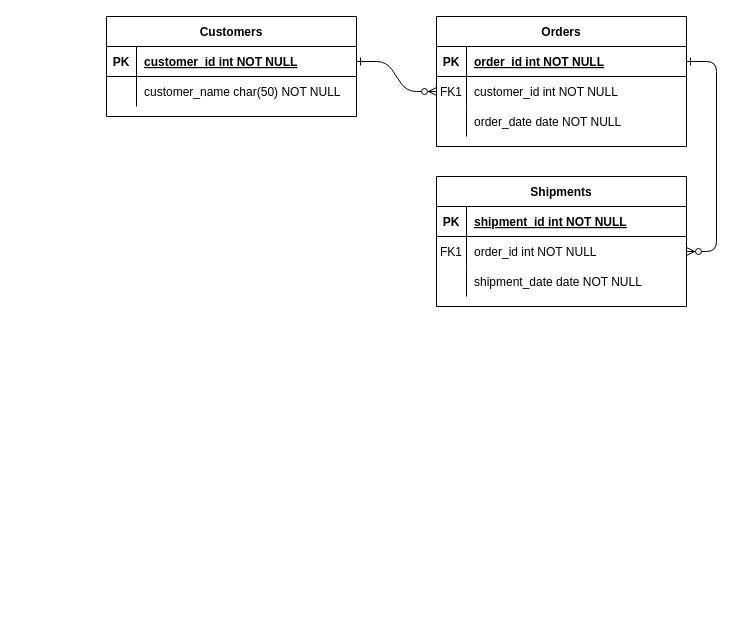
The draw.io diagram Dziekanat.drawio in fkjaha/RBD_lab_tasks, before the edit. Source tidied: cells renumbered, new cells numbered last; positions are measured from the earlier drawing's top-left corner, leaving out a move shared by most shapes. Both pictures are drawn from the tidied source at 100%, with x=0, y=0 at pixel (106, 16).
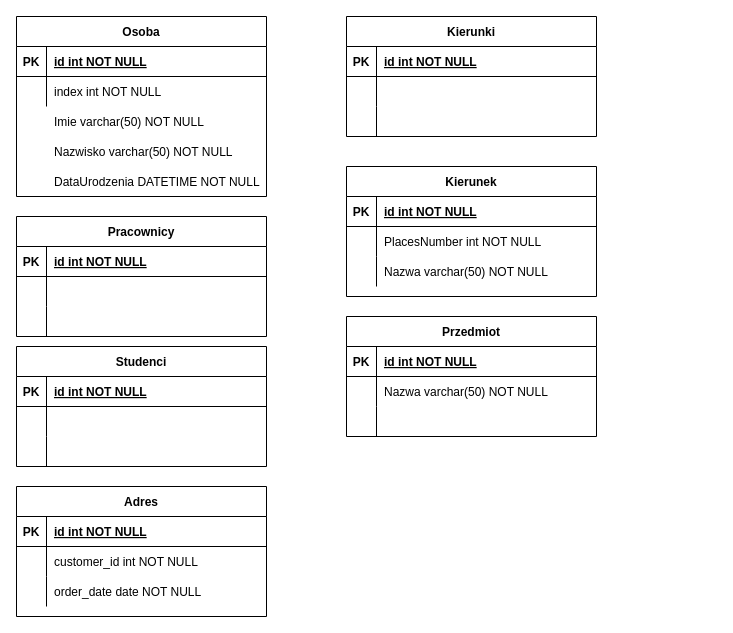
The same page after the edit.

The change refers to these unchanged cells:
```xml
<mxCell id="5" style="shape=partialRectangle;fillColor=none;points=[[0,0.5],[1,0.5]];portConstraint=eastwest;top=0;left=0;right=0;bottom=1;" parent="4" vertex="1">
  <mxGeometry y="30" width="250" height="30" as="geometry" />
</mxCell>
<mxCell id="8" style="shape=partialRectangle;fillColor=none;points=[[0,0.5],[1,0.5]];portConstraint=eastwest;top=0;left=0;right=0;bottom=0;" parent="4" vertex="1">
  <mxGeometry y="60" width="250" height="30" as="geometry" />
</mxCell>
<mxCell id="25" style="shape=partialRectangle;fillColor=none;points=[[0,0.5],[1,0.5]];portConstraint=eastwest;top=0;left=0;right=0;bottom=1;" parent="24" vertex="1">
  <mxGeometry y="30" width="250" height="30" as="geometry" />
</mxCell>
<mxCell id="28" style="shape=partialRectangle;fillColor=none;top=0;left=0;right=0;bottom=0;" parent="24" vertex="1">
  <mxGeometry y="60" width="250" height="30" as="geometry" />
</mxCell>
```

What changed in the source:
```diff
@@
-    <mxCell id="2" style="edgeStyle=entityRelationEdgeStyle;endArrow=ERzeroToMany;startArrow=ERone;endFill=1;startFill=0;" parent="1" edge="1" source="25" target="8">
-      <mxGeometry relative="1" as="geometry" />
-    </mxCell>
-    <mxCell id="3" style="edgeStyle=entityRelationEdgeStyle;endArrow=ERzeroToMany;startArrow=ERone;endFill=1;startFill=0;" parent="1" edge="1" source="5" target="18">
-      <mxGeometry relative="1" as="geometry" />
-    </mxCell>
-    <mxCell id="4" value="Orders" style="shape=table;startSize=30;childLayout=tableLayout;rowLines=0;fontStyle=1;align=center;" parent="1" vertex="1">
-      <mxGeometry x="330" width="250" height="130" as="geometry" />
+    <mxCell id="4" value="Adres" style="shape=table;startSize=30;childLayout=tableLayout;rowLines=0;fontStyle=1;align=center;" parent="1" vertex="1">
+      <mxGeometry x="-90" y="470" width="250" height="130" as="geometry" />
     </mxCell>
@@
-    <mxCell id="7" value="order_id int NOT NULL " style="shape=partialRectangle;overflow=hidden;fillColor=none;top=0;left=0;bottom=0;right=0;align=left;spacingLeft=6;fontStyle=5;" parent="5" vertex="1">
+    <mxCell id="7" value="id int NOT NULL " style="shape=partialRectangle;overflow=hidden;fillColor=none;top=0;left=0;bottom=0;right=0;align=left;spacingLeft=6;fontStyle=5;" parent="5" vertex="1">
       <mxGeometry x="30" width="220" height="30" as="geometry" />
     </mxCell>
@@
-    <mxCell id="9" value="FK1" style="shape=partialRectangle;overflow=hidden;fillColor=none;top=0;left=0;bottom=0;right=0;" parent="8" vertex="1">
+    <mxCell id="9" style="shape=partialRectangle;overflow=hidden;fillColor=none;top=0;left=0;bottom=0;right=0;" parent="8" vertex="1">
       <mxGeometry width="30" height="30" as="geometry" />
     </mxCell>
@@
-    <mxCell id="14" value="Shipments" style="shape=table;startSize=30;childLayout=tableLayout;rowLines=0;fontStyle=1;align=center;" parent="1" vertex="1">
-      <mxGeometry x="330" y="160" width="250" height="130" as="geometry" />
-    </mxCell>
-    <mxCell id="15" style="shape=partialRectangle;fillColor=none;top=0;left=0;right=0;bottom=1;" parent="14" vertex="1">
-      <mxGeometry y="30" width="250" height="30" as="geometry" />
-    </mxCell>
-    <mxCell id="16" value="PK" style="shape=partialRectangle;overflow=hidden;fillColor=none;top=0;left=0;bottom=0;right=0;fontStyle=1;" parent="15" vertex="1">
-      <mxGeometry width="30" height="30" as="geometry" />
-    </mxCell>
-    <mxCell id="17" value="shipment_id int NOT NULL " style="shape=partialRectangle;overflow=hidden;fillColor=none;top=0;left=0;bottom=0;right=0;align=left;spacingLeft=6;fontStyle=5;" parent="15" vertex="1">
-      <mxGeometry x="30" width="220" height="30" as="geometry" />
-    </mxCell>
-    <mxCell id="18" style="shape=partialRectangle;fillColor=none;points=[[0,0.5],[1,0.5]];portConstraint=eastwest;top=0;left=0;right=0;bottom=0;" parent="14" vertex="1">
-      <mxGeometry y="60" width="250" height="30" as="geometry" />
-    </mxCell>
-    <mxCell id="19" value="FK1" style="shape=partialRectangle;overflow=hidden;fillColor=none;top=0;left=0;bottom=0;right=0;" parent="18" vertex="1">
-      <mxGeometry width="30" height="30" as="geometry" />
-    </mxCell>
-    <mxCell id="20" value="order_id int NOT NULL" style="shape=partialRectangle;overflow=hidden;fillColor=none;top=0;left=0;bottom=0;right=0;align=left;spacingLeft=6;" parent="18" vertex="1">
-      <mxGeometry x="30" width="220" height="30" as="geometry" />
-    </mxCell>
-    <mxCell id="21" style="shape=partialRectangle;fillColor=none;top=0;left=0;right=0;bottom=0;" parent="14" vertex="1">
-      <mxGeometry y="90" width="250" height="30" as="geometry" />
-    </mxCell>
-    <mxCell id="22" style="shape=partialRectangle;overflow=hidden;fillColor=none;top=0;left=0;bottom=0;right=0;" parent="21" vertex="1">
-      <mxGeometry width="30" height="30" as="geometry" />
-    </mxCell>
-    <mxCell id="23" value="shipment_date date NOT NULL" style="shape=partialRectangle;overflow=hidden;fillColor=none;top=0;left=0;bottom=0;right=0;align=left;spacingLeft=6;" parent="21" vertex="1">
-      <mxGeometry x="30" width="220" height="30" as="geometry" />
-    </mxCell>
-    <mxCell id="24" value="Customers" style="shape=table;startSize=30;childLayout=tableLayout;rowLines=0;fontStyle=1;align=center;" parent="1" vertex="1">
-      <mxGeometry width="250" height="100" as="geometry" />
+    <mxCell id="24" value="Osoba" style="shape=table;startSize=30;childLayout=tableLayout;rowLines=0;fontStyle=1;align=center;" parent="1" vertex="1">
+      <mxGeometry x="-90" width="250" height="180" as="geometry" />
     </mxCell>
@@
-    <mxCell id="27" value="customer_id int NOT NULL " style="shape=partialRectangle;overflow=hidden;fillColor=none;top=0;left=0;bottom=0;right=0;align=left;spacingLeft=6;fontStyle=5;" parent="25" vertex="1">
+    <mxCell id="27" value="id int NOT NULL " style="shape=partialRectangle;overflow=hidden;fillColor=none;top=0;left=0;bottom=0;right=0;align=left;spacingLeft=6;fontStyle=5;" parent="25" vertex="1">
       <mxGeometry x="30" width="220" height="30" as="geometry" />
     </mxCell>
@@
-    <mxCell id="30" value="customer_name char(50) NOT NULL" style="shape=partialRectangle;overflow=hidden;fillColor=none;top=0;left=0;bottom=0;right=0;align=left;spacingLeft=6;" parent="28" vertex="1">
+    <mxCell id="30" value="index int NOT NULL" style="shape=partialRectangle;overflow=hidden;fillColor=none;top=0;left=0;bottom=0;right=0;align=left;spacingLeft=6;" parent="28" vertex="1">
       <mxGeometry x="30" width="220" height="30" as="geometry" />
     </mxCell>
+    <mxCell id="31" value="Imie varchar(50) NOT NULL" style="shape=partialRectangle;overflow=hidden;fillColor=none;top=0;left=0;bottom=0;right=0;align=left;spacingLeft=6;" parent="1" vertex="1">
+      <mxGeometry x="-60" y="90" width="220" height="30" as="geometry" />
+    </mxCell>
+    <mxCell id="32" value="Nazwisko varchar(50) NOT NULL" style="shape=partialRectangle;overflow=hidden;fillColor=none;top=0;left=0;bottom=0;right=0;align=left;spacingLeft=6;" parent="1" vertex="1">
+      <mxGeometry x="-60" y="120" width="220" height="30" as="geometry" />
+    </mxCell>
+    <mxCell id="33" value="DataUrodzenia DATETIME NOT NULL" style="shape=partialRectangle;overflow=hidden;fillColor=none;top=0;left=0;bottom=0;right=0;align=left;spacingLeft=6;" parent="1" vertex="1">
+      <mxGeometry x="-60" y="150" width="220" height="30" as="geometry" />
+    </mxCell>
+    <mxCell id="34" value="Pracownicy" style="shape=table;startSize=30;childLayout=tableLayout;rowLines=0;fontStyle=1;align=center;" parent="1" vertex="1">
+      <mxGeometry x="-90" y="200" width="250" height="120" as="geometry" />
+    </mxCell>
+    <mxCell id="35" style="shape=partialRectangle;fillColor=none;top=0;left=0;right=0;bottom=1;" parent="34" vertex="1">
+      <mxGeometry y="30" width="250" height="30" as="geometry" />
+    </mxCell>
+    <mxCell id="36" value="PK" style="shape=partialRectangle;overflow=hidden;fillColor=none;top=0;left=0;bottom=0;right=0;fontStyle=1;" parent="35" vertex="1">
+      <mxGeometry width="30" height="30" as="geometry" />
+    </mxCell>
+    <mxCell id="37" value="id int NOT NULL " style="shape=partialRectangle;overflow=hidden;fillColor=none;top=0;left=0;bottom=0;right=0;align=left;spacingLeft=6;fontStyle=5;" parent="35" vertex="1">
+      <mxGeometry x="30" width="220" height="30" as="geometry" />
+    </mxCell>
+    <mxCell id="38" style="shape=partialRectangle;fillColor=none;top=0;left=0;right=0;bottom=0;" parent="34" vertex="1">
+      <mxGeometry y="60" width="250" height="30" as="geometry" />
+    </mxCell>
+    <mxCell id="39" style="shape=partialRectangle;overflow=hidden;fillColor=none;top=0;left=0;bottom=0;right=0;" parent="38" vertex="1">
+      <mxGeometry width="30" height="30" as="geometry" />
+    </mxCell>
+    <mxCell id="40" style="shape=partialRectangle;overflow=hidden;fillColor=none;top=0;left=0;bottom=0;right=0;align=left;spacingLeft=6;" parent="38" vertex="1">
+      <mxGeometry x="30" width="220" height="30" as="geometry" />
+    </mxCell>
+    <mxCell id="41" style="shape=partialRectangle;fillColor=none;top=0;left=0;right=0;bottom=0;" parent="34" vertex="1">
+      <mxGeometry y="90" width="250" height="30" as="geometry" />
+    </mxCell>
+    <mxCell id="42" style="shape=partialRectangle;overflow=hidden;fillColor=none;top=0;left=0;bottom=0;right=0;" parent="41" vertex="1">
+      <mxGeometry width="30" height="30" as="geometry" />
+    </mxCell>
+    <mxCell id="43" style="shape=partialRectangle;overflow=hidden;fillColor=none;top=0;left=0;bottom=0;right=0;align=left;spacingLeft=6;" parent="41" vertex="1">
+      <mxGeometry x="30" width="220" height="30" as="geometry" />
+    </mxCell>
+    <mxCell id="44" value="Studenci" style="shape=table;startSize=30;childLayout=tableLayout;rowLines=0;fontStyle=1;align=center;" parent="1" vertex="1">
+      <mxGeometry x="-90" y="330" width="250" height="120" as="geometry" />
+    </mxCell>
+    <mxCell id="45" style="shape=partialRectangle;fillColor=none;top=0;left=0;right=0;bottom=1;" parent="44" vertex="1">
+      <mxGeometry y="30" width="250" height="30" as="geometry" />
+    </mxCell>
+    <mxCell id="46" value="PK" style="shape=partialRectangle;overflow=hidden;fillColor=none;top=0;left=0;bottom=0;right=0;fontStyle=1;" parent="45" vertex="1">
+      <mxGeometry width="30" height="30" as="geometry" />
+    </mxCell>
+    <mxCell id="47" value="id int NOT NULL " style="shape=partialRectangle;overflow=hidden;fillColor=none;top=0;left=0;bottom=0;right=0;align=left;spacingLeft=6;fontStyle=5;" parent="45" vertex="1">
+      <mxGeometry x="30" width="220" height="30" as="geometry" />
+    </mxCell>
+    <mxCell id="48" style="shape=partialRectangle;fillColor=none;top=0;left=0;right=0;bottom=0;" parent="44" vertex="1">
+      <mxGeometry y="60" width="250" height="30" as="geometry" />
+    </mxCell>
+    <mxCell id="49" style="shape=partialRectangle;overflow=hidden;fillColor=none;top=0;left=0;bottom=0;right=0;" parent="48" vertex="1">
+      <mxGeometry width="30" height="30" as="geometry" />
+    </mxCell>
+    <mxCell id="50" style="shape=partialRectangle;overflow=hidden;fillColor=none;top=0;left=0;bottom=0;right=0;align=left;spacingLeft=6;" parent="48" vertex="1">
+      <mxGeometry x="30" width="220" height="30" as="geometry" />
+    </mxCell>
+    <mxCell id="51" style="shape=partialRectangle;fillColor=none;top=0;left=0;right=0;bottom=0;" parent="44" vertex="1">
+      <mxGeometry y="90" width="250" height="30" as="geometry" />
+    </mxCell>
+    <mxCell id="52" style="shape=partialRectangle;overflow=hidden;fillColor=none;top=0;left=0;bottom=0;right=0;" parent="51" vertex="1">
+      <mxGeometry width="30" height="30" as="geometry" />
+    </mxCell>
+    <mxCell id="53" style="shape=partialRectangle;overflow=hidden;fillColor=none;top=0;left=0;bottom=0;right=0;align=left;spacingLeft=6;" parent="51" vertex="1">
+      <mxGeometry x="30" width="220" height="30" as="geometry" />
+    </mxCell>
+    <mxCell id="54" value="Kierunki" style="shape=table;startSize=30;childLayout=tableLayout;rowLines=0;fontStyle=1;align=center;" parent="1" vertex="1">
+      <mxGeometry x="240" width="250" height="120" as="geometry" />
+    </mxCell>
+    <mxCell id="55" style="shape=partialRectangle;fillColor=none;top=0;left=0;right=0;bottom=1;" parent="54" vertex="1">
+      <mxGeometry y="30" width="250" height="30" as="geometry" />
+    </mxCell>
+    <mxCell id="56" value="PK" style="shape=partialRectangle;overflow=hidden;fillColor=none;top=0;left=0;bottom=0;right=0;fontStyle=1;" parent="55" vertex="1">
+      <mxGeometry width="30" height="30" as="geometry" />
+    </mxCell>
+    <mxCell id="57" value="id int NOT NULL " style="shape=partialRectangle;overflow=hidden;fillColor=none;top=0;left=0;bottom=0;right=0;align=left;spacingLeft=6;fontStyle=5;" parent="55" vertex="1">
+      <mxGeometry x="30" width="220" height="30" as="geometry" />
+    </mxCell>
+    <mxCell id="58" style="shape=partialRectangle;fillColor=none;top=0;left=0;right=0;bottom=0;" parent="54" vertex="1">
+      <mxGeometry y="60" width="250" height="30" as="geometry" />
+    </mxCell>
+    <mxCell id="59" style="shape=partialRectangle;overflow=hidden;fillColor=none;top=0;left=0;bottom=0;right=0;" parent="58" vertex="1">
+      <mxGeometry width="30" height="30" as="geometry" />
+    </mxCell>
+    <mxCell id="60" style="shape=partialRectangle;overflow=hidden;fillColor=none;top=0;left=0;bottom=0;right=0;align=left;spacingLeft=6;" parent="58" vertex="1">
+      <mxGeometry x="30" width="220" height="30" as="geometry" />
+    </mxCell>
+    <mxCell id="61" style="shape=partialRectangle;fillColor=none;top=0;left=0;right=0;bottom=0;" parent="54" vertex="1">
+      <mxGeometry y="90" width="250" height="30" as="geometry" />
+    </mxCell>
+    <mxCell id="62" style="shape=partialRectangle;overflow=hidden;fillColor=none;top=0;left=0;bottom=0;right=0;" parent="61" vertex="1">
+      <mxGeometry width="30" height="30" as="geometry" />
+    </mxCell>
+    <mxCell id="63" style="shape=partialRectangle;overflow=hidden;fillColor=none;top=0;left=0;bottom=0;right=0;align=left;spacingLeft=6;" parent="61" vertex="1">
+      <mxGeometry x="30" width="220" height="30" as="geometry" />
+    </mxCell>
+    <mxCell id="64" value="Kierunek" style="shape=table;startSize=30;childLayout=tableLayout;rowLines=0;fontStyle=1;align=center;" parent="1" vertex="1">
+      <mxGeometry x="240" y="150" width="250" height="130" as="geometry" />
+    </mxCell>
+    <mxCell id="65" style="shape=partialRectangle;fillColor=none;top=0;left=0;right=0;bottom=1;" parent="64" vertex="1">
+      <mxGeometry y="30" width="250" height="30" as="geometry" />
+    </mxCell>
+    <mxCell id="66" value="PK" style="shape=partialRectangle;overflow=hidden;fillColor=none;top=0;left=0;bottom=0;right=0;fontStyle=1;" parent="65" vertex="1">
+      <mxGeometry width="30" height="30" as="geometry" />
+    </mxCell>
+    <mxCell id="67" value="id int NOT NULL " style="shape=partialRectangle;overflow=hidden;fillColor=none;top=0;left=0;bottom=0;right=0;align=left;spacingLeft=6;fontStyle=5;" parent="65" vertex="1">
+      <mxGeometry x="30" width="220" height="30" as="geometry" />
+    </mxCell>
+    <mxCell id="68" style="shape=partialRectangle;fillColor=none;top=0;left=0;right=0;bottom=0;" parent="64" vertex="1">
+      <mxGeometry y="60" width="250" height="30" as="geometry" />
+    </mxCell>
+    <mxCell id="69" style="shape=partialRectangle;overflow=hidden;fillColor=none;top=0;left=0;bottom=0;right=0;" parent="68" vertex="1">
+      <mxGeometry width="30" height="30" as="geometry" />
+    </mxCell>
+    <mxCell id="70" value="PlacesNumber int NOT NULL" style="shape=partialRectangle;overflow=hidden;fillColor=none;top=0;left=0;bottom=0;right=0;align=left;spacingLeft=6;" parent="68" vertex="1">
+      <mxGeometry x="30" width="220" height="30" as="geometry" />
+    </mxCell>
+    <mxCell id="71" style="shape=partialRectangle;fillColor=none;top=0;left=0;right=0;bottom=0;" parent="64" vertex="1">
+      <mxGeometry y="90" width="250" height="30" as="geometry" />
+    </mxCell>
+    <mxCell id="72" style="shape=partialRectangle;overflow=hidden;fillColor=none;top=0;left=0;bottom=0;right=0;" parent="71" vertex="1">
+      <mxGeometry width="30" height="30" as="geometry" />
+    </mxCell>
+    <mxCell id="73" value="Nazwa varchar(50) NOT NULL" style="shape=partialRectangle;overflow=hidden;fillColor=none;top=0;left=0;bottom=0;right=0;align=left;spacingLeft=6;" parent="71" vertex="1">
+      <mxGeometry x="30" width="220" height="30" as="geometry" />
+    </mxCell>
+    <mxCell id="74" value="Przedmiot" style="shape=table;startSize=30;childLayout=tableLayout;rowLines=0;fontStyle=1;align=center;" parent="1" vertex="1">
+      <mxGeometry x="240" y="300" width="250" height="120" as="geometry" />
+    </mxCell>
+    <mxCell id="75" style="shape=partialRectangle;fillColor=none;top=0;left=0;right=0;bottom=1;" parent="74" vertex="1">
+      <mxGeometry y="30" width="250" height="30" as="geometry" />
+    </mxCell>
+    <mxCell id="76" value="PK" style="shape=partialRectangle;overflow=hidden;fillColor=none;top=0;left=0;bottom=0;right=0;fontStyle=1;" parent="75" vertex="1">
+      <mxGeometry width="30" height="30" as="geometry" />
+    </mxCell>
+    <mxCell id="77" value="id int NOT NULL " style="shape=partialRectangle;overflow=hidden;fillColor=none;top=0;left=0;bottom=0;right=0;align=left;spacingLeft=6;fontStyle=5;" parent="75" vertex="1">
+      <mxGeometry x="30" width="220" height="30" as="geometry" />
+    </mxCell>
+    <mxCell id="78" style="shape=partialRectangle;fillColor=none;top=0;left=0;right=0;bottom=0;" parent="74" vertex="1">
+      <mxGeometry y="60" width="250" height="30" as="geometry" />
+    </mxCell>
+    <mxCell id="79" style="shape=partialRectangle;overflow=hidden;fillColor=none;top=0;left=0;bottom=0;right=0;" parent="78" vertex="1">
+      <mxGeometry width="30" height="30" as="geometry" />
+    </mxCell>
+    <mxCell id="80" value="Nazwa varchar(50) NOT NULL" style="shape=partialRectangle;overflow=hidden;fillColor=none;top=0;left=0;bottom=0;right=0;align=left;spacingLeft=6;" parent="78" vertex="1">
+      <mxGeometry x="30" width="220" height="30" as="geometry" />
+    </mxCell>
+    <mxCell id="81" style="shape=partialRectangle;fillColor=none;top=0;left=0;right=0;bottom=0;" parent="74" vertex="1">
+      <mxGeometry y="90" width="250" height="30" as="geometry" />
+    </mxCell>
+    <mxCell id="82" style="shape=partialRectangle;overflow=hidden;fillColor=none;top=0;left=0;bottom=0;right=0;" parent="81" vertex="1">
+      <mxGeometry width="30" height="30" as="geometry" />
+    </mxCell>
+    <mxCell id="83" style="shape=partialRectangle;overflow=hidden;fillColor=none;top=0;left=0;bottom=0;right=0;align=left;spacingLeft=6;" parent="81" vertex="1">
+      <mxGeometry x="30" width="220" height="30" as="geometry" />
+    </mxCell>
```
